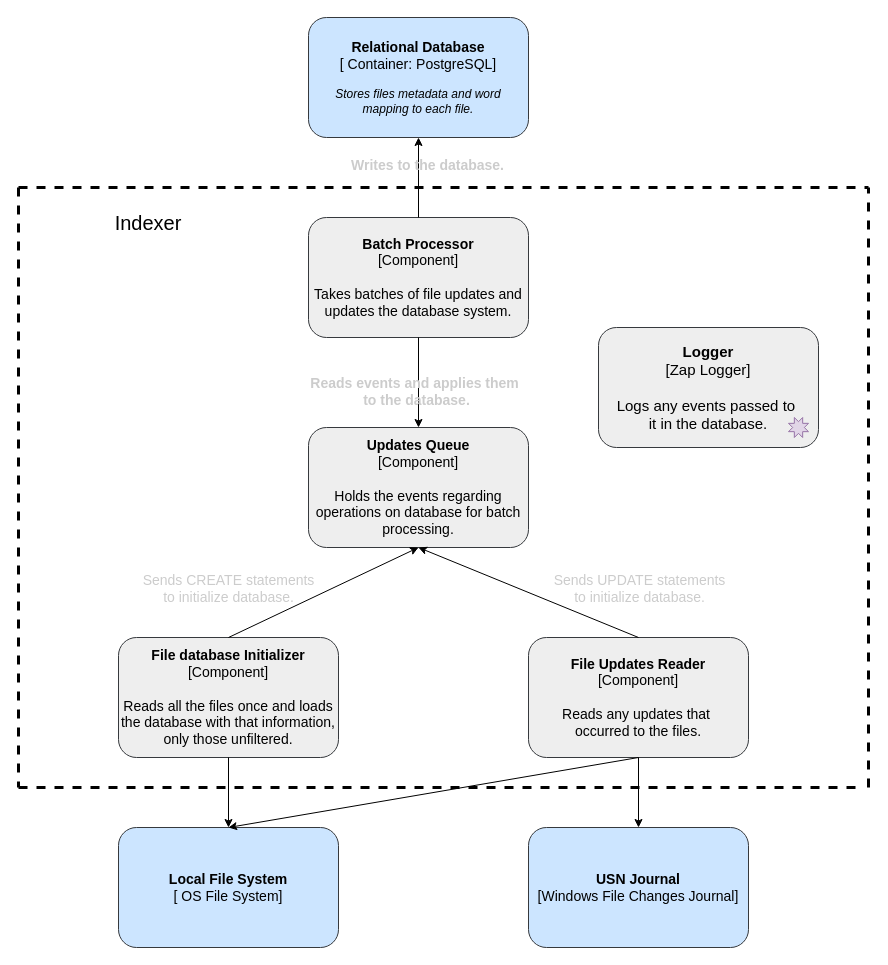
This is docs/indexer.drawio from Raul072103/Search-Engine-File-System, a draw.io file, before an edit. Source tidied: cells renumbered, new cells numbered last; positions are measured from the earlier drawing's top-left corner, leaving out a move shared by most shapes. Both pictures are drawn from the tidied source at 100%, with x=0, y=0 at pixel (18, 17).
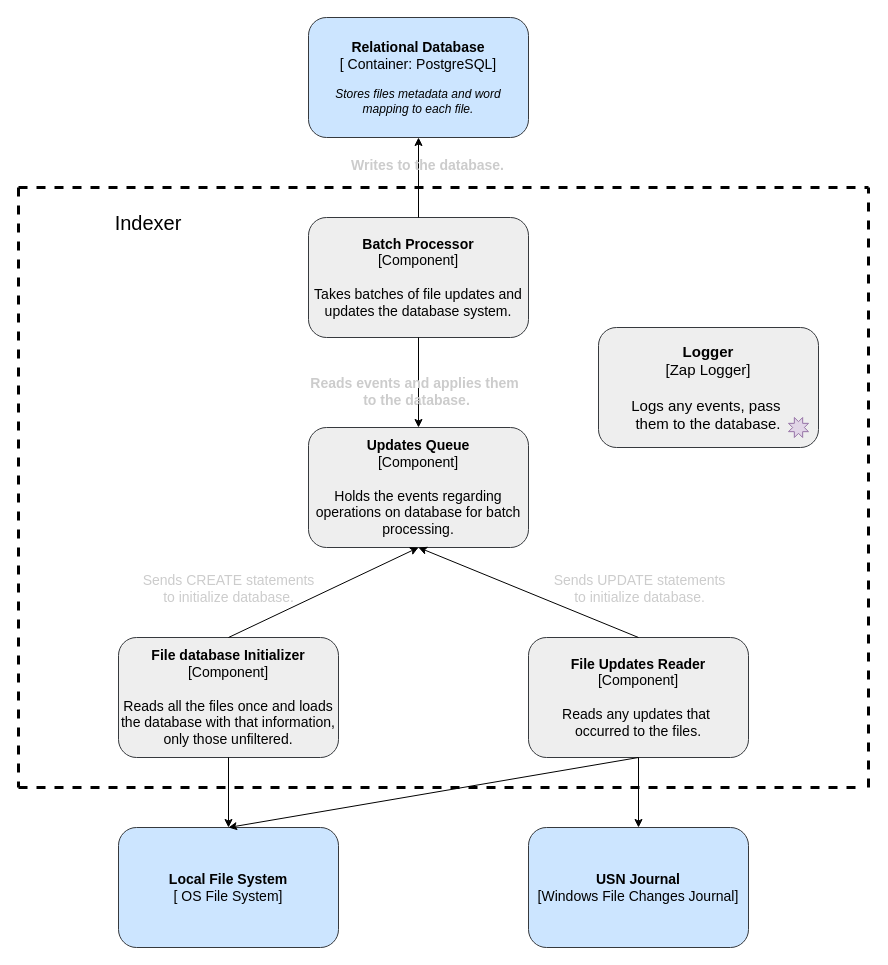
After the change.

Commit message (it also covers changes not shown here):
ARCHITECTURE.md: add drawio diagram for backend

Change to the diagram source:
```diff
@@
-    <mxCell id="6" value="&lt;span style=&quot;font-size: 15px; background-color: initial;&quot;&gt;&lt;b&gt;Logger&lt;br&gt;&lt;/b&gt;[Zap Logger]&lt;br&gt;&lt;br&gt;Logs any events passed to&amp;nbsp;&lt;br&gt;it in the database.&lt;br&gt;&lt;/span&gt;" style="rounded=1;whiteSpace=wrap;html=1;fillColor=#eeeeee;strokeColor=#36393d;" parent="1" vertex="1">
+    <mxCell id="6" value="&lt;span style=&quot;font-size: 15px; background-color: initial;&quot;&gt;&lt;b&gt;Logger&lt;br&gt;&lt;/b&gt;[Zap Logger]&lt;br&gt;&lt;br&gt;Logs any events, pass&amp;nbsp;&lt;br&gt;them to the database.&lt;br&gt;&lt;/span&gt;" style="rounded=1;whiteSpace=wrap;html=1;fillColor=#eeeeee;strokeColor=#36393d;" parent="1" vertex="1">
       <mxGeometry x="580" y="310" width="220" height="120" as="geometry" />
     </mxCell>
```
